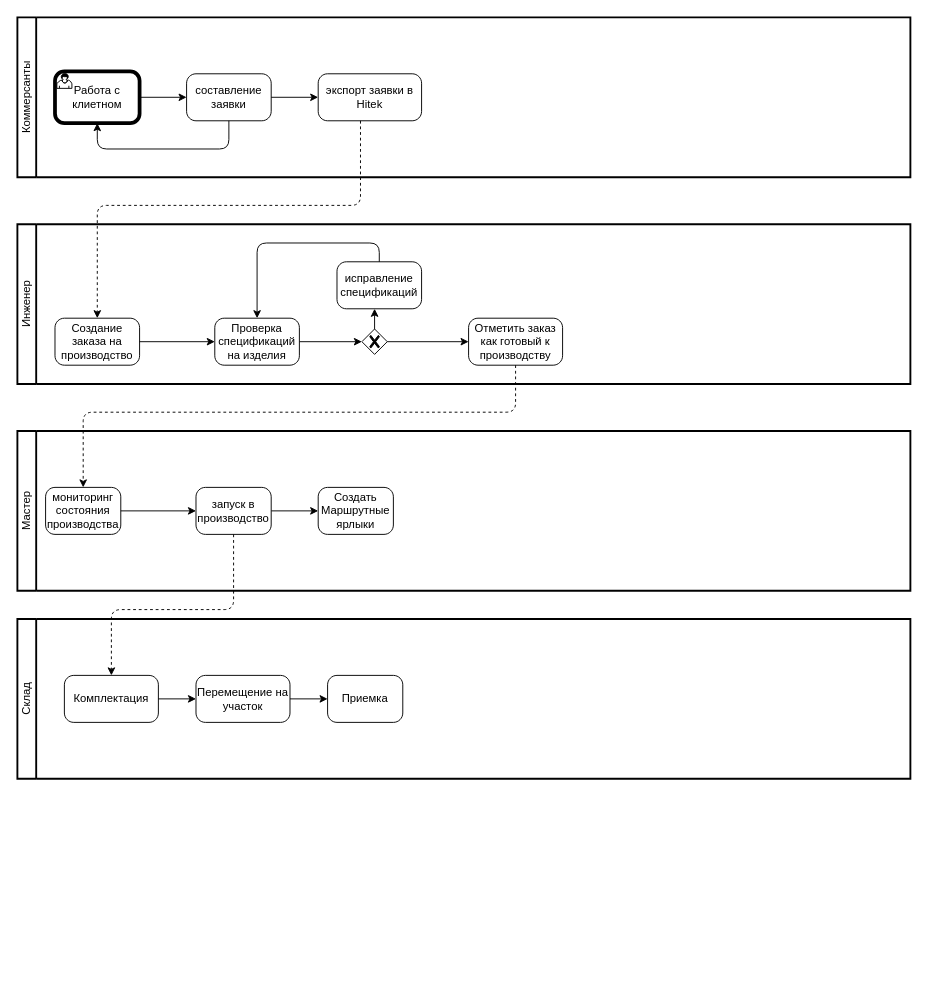
sashok74/diagrams keeps this draw.io diagram as HiTek_start.drawio. Above is the earlier version. Source tidied: cells renumbered, new cells numbered last; positions are measured from the earlier drawing's top-left corner, leaving out a move shared by most shapes. Both pictures are drawn from the tidied source at 94%, with x=0, y=0 at pixel (17, 17).
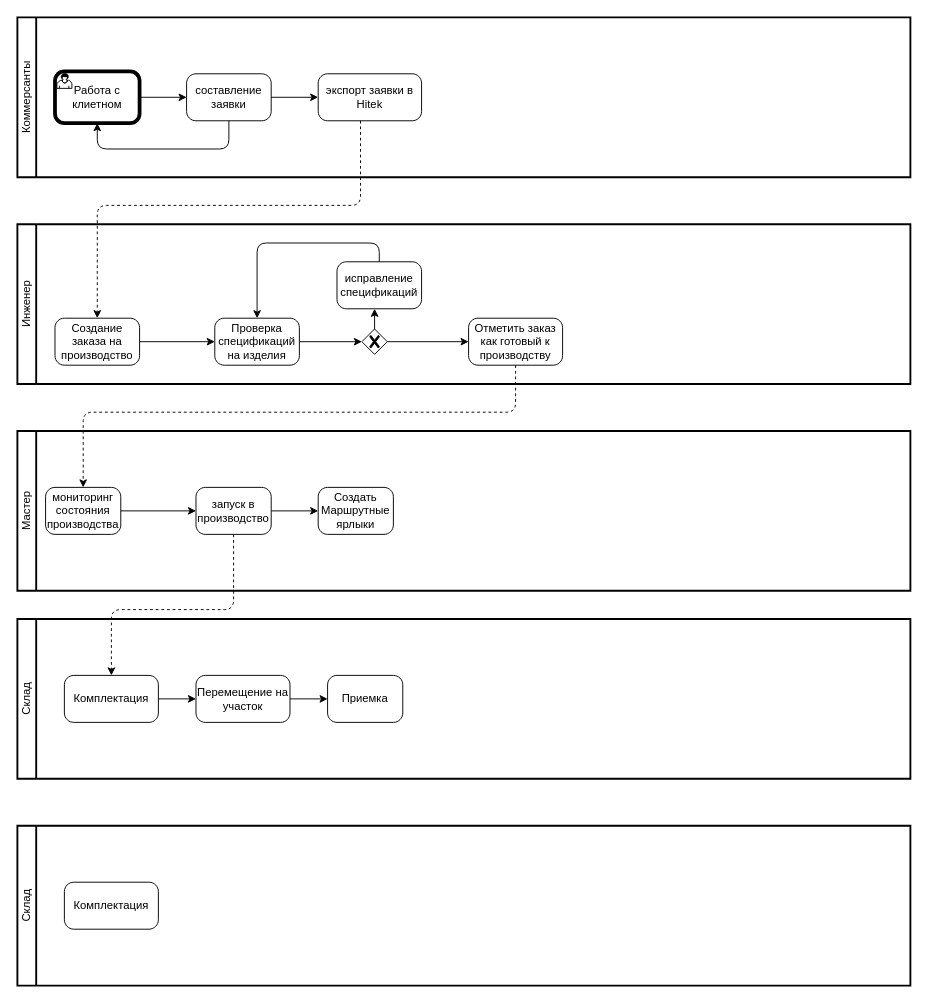
Above is the later version.

The edit, as a diff of the source:
```diff
@@
+    <mxCell id="35" value="Склад" style="swimlane;html=1;startSize=20;fontStyle=0;horizontal=0;swimlaneLine=1;swimlaneFillColor=#ffffff;strokeWidth=2;whiteSpace=wrap;" parent="1" vertex="1">
+      <mxGeometry y="860" width="950" height="170" as="geometry" />
+    </mxCell>
+    <mxCell id="36" value="Комплектация" style="shape=mxgraph.bpmn.task;whiteSpace=wrap;rectStyle=rounded;size=10;html=1;taskMarker=abstract;" parent="35" vertex="1">
+      <mxGeometry x="50" y="60" width="100" height="50" as="geometry" />
+    </mxCell>
```
